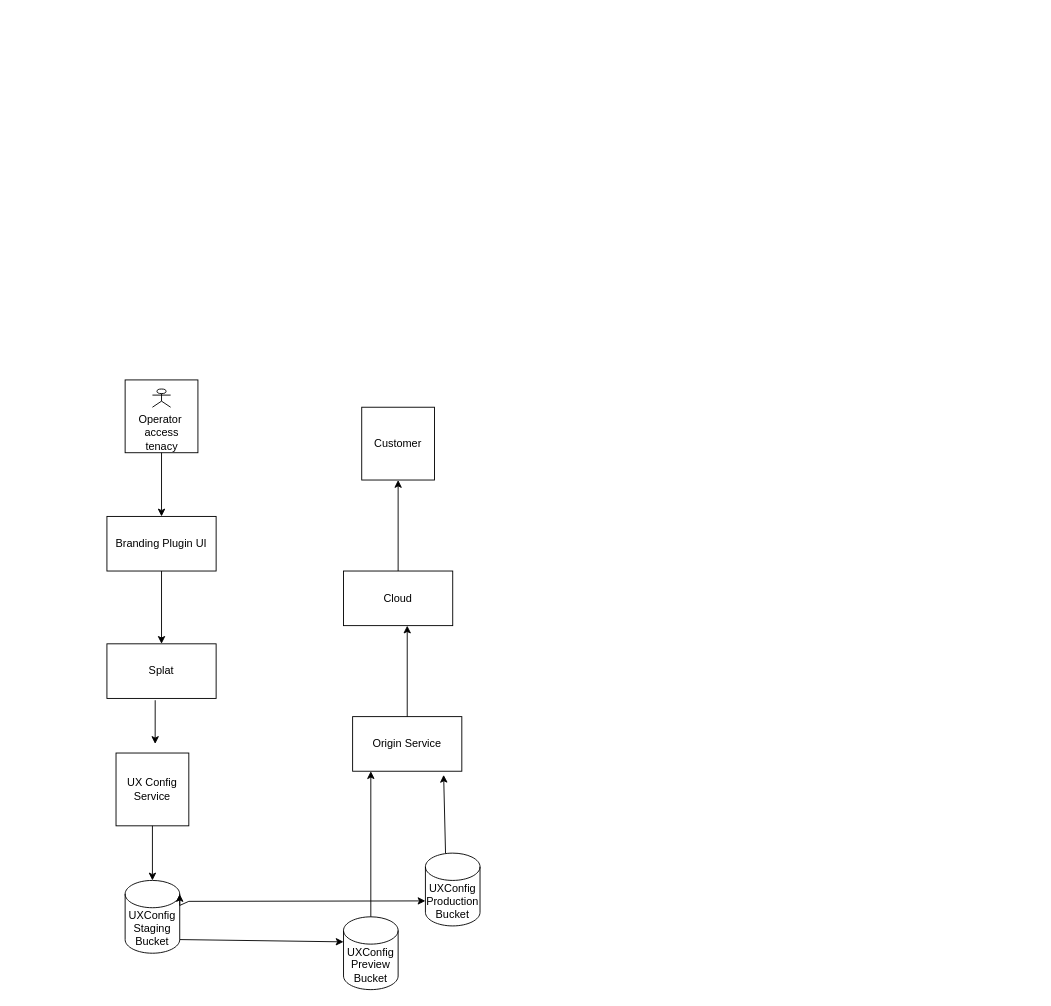
Before: UXConfig.drawio in RujwiDeshmukh/LLD-Prepation, a draw.io diagram. Source tidied: cells renumbered, new cells numbered last; positions are measured from the earlier drawing's top-left corner, leaving out a move shared by most shapes. Both pictures are drawn from the tidied source at 91%, with x=0, y=0 at pixel (106, 379).
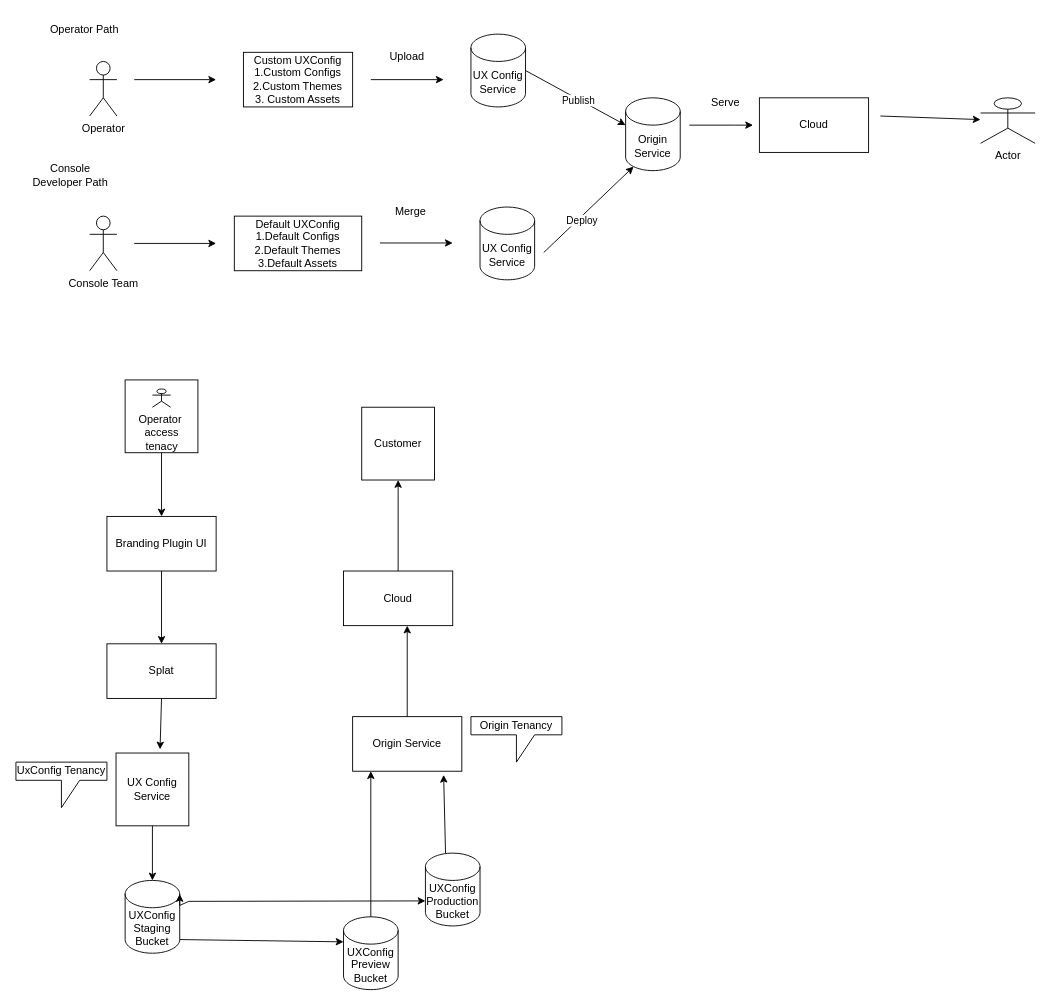
The same diagram, later.

Unchanged cells that the change refers to:
```xml
<mxCell id="7" value="Splat" style="rounded=0;whiteSpace=wrap;html=1;" parent="1" vertex="1">
  <mxGeometry y="290" width="120" height="60" as="geometry" />
</mxCell>
<mxCell id="8" value="UX Config Service" style="whiteSpace=wrap;html=1;" parent="1" vertex="1">
  <mxGeometry x="10" y="410" width="80" height="80" as="geometry" />
</mxCell>
```

What changed in the source:
```diff
@@
-    <mxCell id="9" style="endArrow=classic;html=1;rounded=0;exitX=0.442;exitY=1.033;exitDx=0;exitDy=0;exitPerimeter=0;" parent="1" edge="1" source="7">
-      <mxGeometry relative="1" as="geometry">
-        <mxPoint x="53" y="400" as="targetPoint" />
-      </mxGeometry>
-    </mxCell>
@@
+    <mxCell id="24" style="endArrow=classic;html=1;rounded=0;exitX=0.5;exitY=1;exitDx=0;exitDy=0;entryX=0.605;entryY=-0.05;entryDx=0;entryDy=0;entryPerimeter=0;" parent="1" edge="1" source="7" target="8">
+      <mxGeometry relative="1" as="geometry" />
+    </mxCell>
+    <mxCell id="25" value="UxConfig Tenancy" style="shape=callout;whiteSpace=wrap;html=1;perimeter=calloutPerimeter;" parent="1" vertex="1">
+      <mxGeometry x="-100" y="420" width="100" height="50" as="geometry" />
+    </mxCell>
+    <mxCell id="26" value="Origin Tenancy" style="shape=callout;whiteSpace=wrap;html=1;perimeter=calloutPerimeter;" parent="1" vertex="1">
+      <mxGeometry x="400" y="370" width="100" height="50" as="geometry" />
+    </mxCell>
+    <mxCell id="27" value="Operator" style="shape=umlActor;verticalLabelPosition=bottom;verticalAlign=top;html=1;" parent="1" vertex="1">
+      <mxGeometry x="-19" y="-350" width="30" height="60" as="geometry" />
+    </mxCell>
+    <mxCell id="28" style="endArrow=classic;html=1;rounded=0;" parent="1" edge="1">
+      <mxGeometry relative="1" as="geometry">
+        <mxPoint x="30" y="-330" as="sourcePoint" />
+        <mxPoint x="120" y="-330" as="targetPoint" />
+      </mxGeometry>
+    </mxCell>
+    <mxCell id="29" value="Custom UXConfig&lt;br&gt;1.Custom Configs&lt;br&gt;2.Custom Themes&lt;br&gt;3. Custom Assets" style="rounded=0;whiteSpace=wrap;html=1;" parent="1" vertex="1">
+      <mxGeometry x="150" y="-360" width="120" height="60" as="geometry" />
+    </mxCell>
+    <mxCell id="30" style="endArrow=classic;html=1;rounded=0;" parent="1" edge="1">
+      <mxGeometry relative="1" as="geometry">
+        <mxPoint x="290" y="-330" as="sourcePoint" />
+        <mxPoint x="370" y="-330" as="targetPoint" />
+      </mxGeometry>
+    </mxCell>
+    <mxCell id="31" value="Upload" style="text;html=1;whiteSpace=wrap;strokeColor=none;fillColor=none;align=center;verticalAlign=middle;rounded=0;" parent="1" vertex="1">
+      <mxGeometry x="300" y="-370" width="60" height="30" as="geometry" />
+    </mxCell>
+    <mxCell id="32" value="UX Config&lt;br&gt;Service" style="shape=cylinder3;whiteSpace=wrap;html=1;boundedLbl=1;backgroundOutline=1;size=15;" parent="1" vertex="1">
+      <mxGeometry x="400" y="-380" width="60" height="80" as="geometry" />
+    </mxCell>
+    <mxCell id="33" style="endArrow=classic;html=1;rounded=0;exitX=1;exitY=0.5;exitDx=0;exitDy=0;exitPerimeter=0;" parent="1" edge="1" source="32">
+      <mxGeometry relative="1" as="geometry">
+        <mxPoint x="570" y="-280" as="targetPoint" />
+        <Array as="points">
+          <mxPoint x="570" y="-280" />
+        </Array>
+      </mxGeometry>
+    </mxCell>
+    <mxCell id="34" value="Publish" style="edgeLabel;html=1;align=center;verticalAlign=middle;" parent="33" vertex="1">
+      <mxGeometry x="0.05" relative="1" as="geometry">
+        <mxPoint y="1" as="offset" />
+      </mxGeometry>
+    </mxCell>
+    <mxCell id="35" value="Origin Service" style="shape=cylinder3;whiteSpace=wrap;html=1;boundedLbl=1;backgroundOutline=1;size=15;" parent="1" vertex="1">
+      <mxGeometry x="570" y="-310" width="60" height="80" as="geometry" />
+    </mxCell>
+    <mxCell id="36" value="Operator Path" style="text;html=1;whiteSpace=wrap;strokeColor=none;fillColor=none;align=center;verticalAlign=middle;rounded=0;" parent="1" vertex="1">
+      <mxGeometry x="-79" y="-400" width="109" height="30" as="geometry" />
+    </mxCell>
+    <mxCell id="37" style="endArrow=classic;html=1;rounded=0;" parent="1" edge="1">
+      <mxGeometry relative="1" as="geometry">
+        <mxPoint x="640" y="-280" as="sourcePoint" />
+        <mxPoint x="710" y="-280" as="targetPoint" />
+        <Array as="points">
+          <mxPoint x="690" y="-280" />
+        </Array>
+      </mxGeometry>
+    </mxCell>
+    <mxCell id="38" value="Serve" style="text;html=1;whiteSpace=wrap;strokeColor=none;fillColor=none;align=center;verticalAlign=middle;rounded=0;" parent="1" vertex="1">
+      <mxGeometry x="650" y="-320" width="60" height="30" as="geometry" />
+    </mxCell>
+    <mxCell id="39" value="Console Team" style="shape=umlActor;verticalLabelPosition=bottom;verticalAlign=top;html=1;" parent="1" vertex="1">
+      <mxGeometry x="-19" y="-180" width="30" height="60" as="geometry" />
+    </mxCell>
+    <mxCell id="40" value="Console Developer Path" style="text;html=1;whiteSpace=wrap;strokeColor=none;fillColor=none;align=center;verticalAlign=middle;rounded=0;" parent="1" vertex="1">
+      <mxGeometry x="-90" y="-240" width="100" height="30" as="geometry" />
+    </mxCell>
+    <mxCell id="41" style="endArrow=classic;html=1;rounded=0;" parent="1" edge="1">
+      <mxGeometry relative="1" as="geometry">
+        <mxPoint x="30" y="-150" as="sourcePoint" />
+        <mxPoint x="120" y="-150" as="targetPoint" />
+      </mxGeometry>
+    </mxCell>
+    <mxCell id="42" value="Default UXConfig&lt;div&gt;1.Default Configs&lt;/div&gt;&lt;div&gt;2.Default Themes&lt;br&gt;3.Default Assets&lt;/div&gt;" style="rounded=0;whiteSpace=wrap;html=1;" parent="1" vertex="1">
+      <mxGeometry x="140" y="-180" width="140" height="60" as="geometry" />
+    </mxCell>
+    <mxCell id="43" style="endArrow=classic;html=1;rounded=0;" parent="1" edge="1">
+      <mxGeometry relative="1" as="geometry">
+        <mxPoint x="300" y="-150.5" as="sourcePoint" />
+        <mxPoint x="380" y="-150.5" as="targetPoint" />
+        <Array as="points">
+          <mxPoint x="380" y="-150.5" />
+        </Array>
+      </mxGeometry>
+    </mxCell>
+    <mxCell id="44" value="Merge" style="text;html=1;whiteSpace=wrap;strokeColor=none;fillColor=none;align=center;verticalAlign=middle;rounded=0;" parent="1" vertex="1">
+      <mxGeometry x="304" y="-200" width="60" height="30" as="geometry" />
+    </mxCell>
+    <mxCell id="45" value="UX Config&lt;br&gt;Service" style="shape=cylinder3;whiteSpace=wrap;html=1;boundedLbl=1;backgroundOutline=1;size=15;" parent="1" vertex="1">
+      <mxGeometry x="410" y="-190" width="60" height="80" as="geometry" />
+    </mxCell>
+    <mxCell id="46" style="endArrow=classic;html=1;rounded=0;entryX=0.145;entryY=1;entryDx=0;entryDy=-4.35;entryPerimeter=0;" parent="1" edge="1" target="35">
+      <mxGeometry relative="1" as="geometry">
+        <mxPoint x="480" y="-140" as="sourcePoint" />
+      </mxGeometry>
+    </mxCell>
+    <mxCell id="47" value="Deploy" style="edgeLabel;html=1;align=center;verticalAlign=middle;" parent="46" vertex="1">
+      <mxGeometry x="-0.2" y="-3" relative="1" as="geometry" />
+    </mxCell>
+    <mxCell id="48" value="Cloud" style="rounded=0;whiteSpace=wrap;html=1;" parent="1" vertex="1">
+      <mxGeometry x="717" y="-310" width="120" height="60" as="geometry" />
+    </mxCell>
+    <mxCell id="49" style="endArrow=classic;html=1;rounded=0;" parent="1" edge="1" target="50">
+      <mxGeometry relative="1" as="geometry">
+        <mxPoint x="850" y="-290" as="sourcePoint" />
+      </mxGeometry>
+    </mxCell>
+    <mxCell id="50" value="Actor" style="shape=umlActor;verticalLabelPosition=bottom;verticalAlign=top;html=1;outlineConnect=0;" parent="1" vertex="1">
+      <mxGeometry x="960" y="-310" width="60" height="50" as="geometry" />
+    </mxCell>
```
